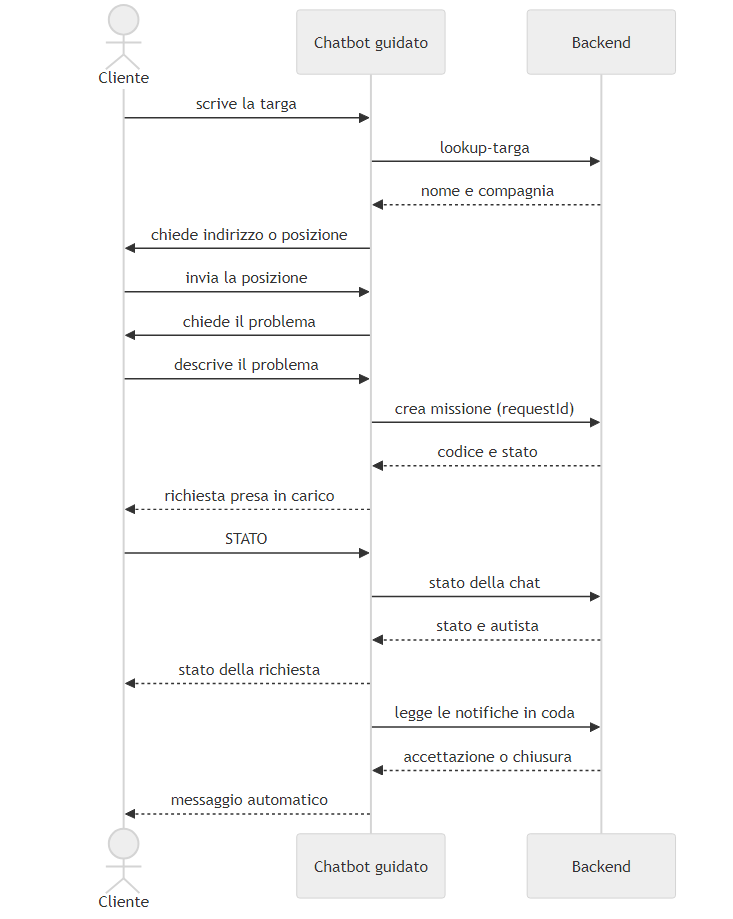
Above: docs/diagrams/rendered/chatbot_sequence.png in coluccimarco/fornitori-soccorso (Mermaid), before the change. Its source is kept beside it as docs/diagrams/chatbot_sequence.mmd.
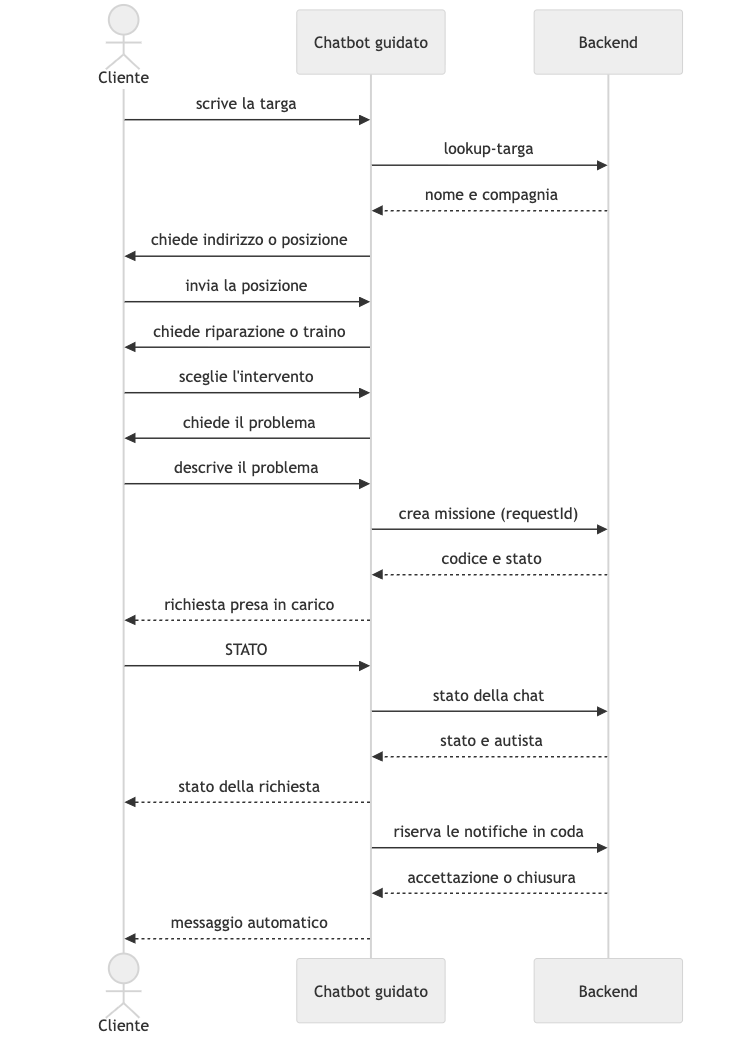
The same diagram one commit later.

What changed in the source:
```diff
@@ -7,6 +7,8 @@
     API-->>Bot: nome e compagnia
     Bot->>Cliente: chiede indirizzo o posizione
     Cliente->>Bot: invia la posizione
+    Bot->>Cliente: chiede riparazione o traino
+    Cliente->>Bot: sceglie l'intervento
     Bot->>Cliente: chiede il problema
     Cliente->>Bot: descrive il problema
     Bot->>API: crea missione (requestId)
@@ -16,6 +18,6 @@
     Bot->>API: stato della chat
     API-->>Bot: stato e autista
     Bot-->>Cliente: stato della richiesta
-    Bot->>API: legge le notifiche in coda
+    Bot->>API: riserva le notifiche in coda
     API-->>Bot: accettazione o chiusura
     Bot-->>Cliente: messaggio automatico
```
